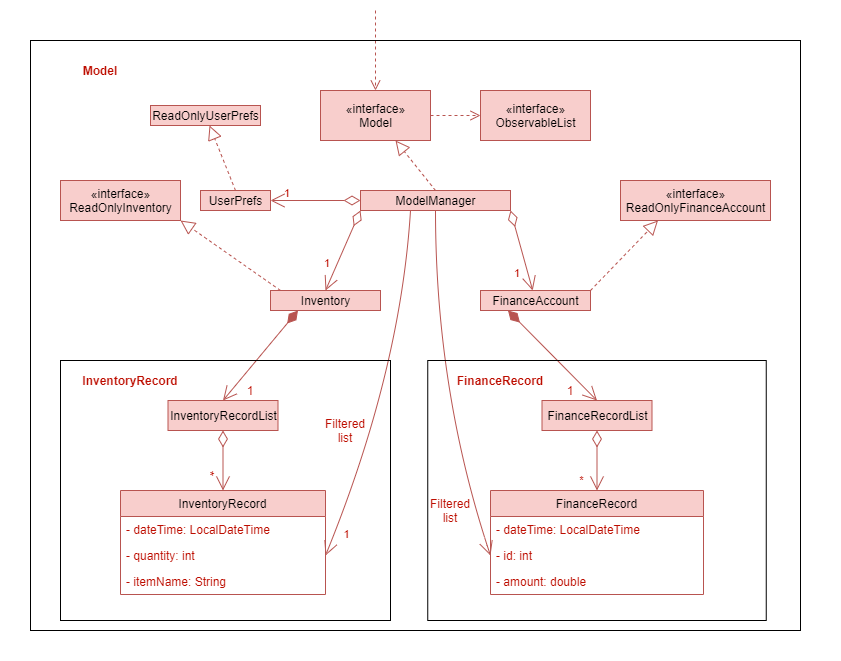
nus-cs2103-AY2021S1/tp keeps this draw.io diagram as docs/images/ModelClassDiagram.png. Above is the earlier version. Source tidied: cells renumbered, new cells last; positions are measured from the earlier drawing's top-left corner, leaving out a move shared by most shapes.
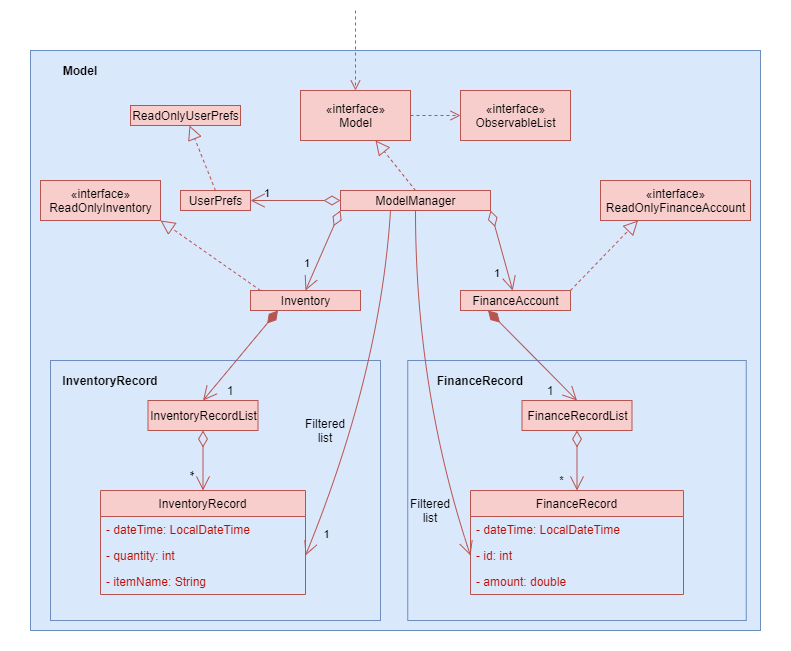
After the commit.

Change to the diagram source:
```diff
@@ -2,6 +2,18 @@
   <root>
     <mxCell id="0" />
     <mxCell id="1" parent="0" />
+    <mxCell id="53" style="rounded=0;whiteSpace=wrap;html=1;labelBackgroundColor=none;strokeWidth=1;fillColor=#dae8fc;strokeColor=#6c8ebf;" parent="1" vertex="1">
+      <mxGeometry x="50" y="50" width="730" height="580" as="geometry" />
+    </mxCell>
+    <mxCell id="54" style="rounded=0;whiteSpace=wrap;html=1;labelBackgroundColor=none;strokeWidth=1;fillColor=none;fontColor=#000000;strokeColor=none;" parent="1" vertex="1">
+      <mxGeometry x="20" width="790" height="650" as="geometry" />
+    </mxCell>
+    <mxCell id="43" style="rounded=0;whiteSpace=wrap;html=1;strokeWidth=1;fillColor=#dae8fc;labelBackgroundColor=none;labelBorderColor=none;strokeColor=#6c8ebf;" parent="1" vertex="1">
+      <mxGeometry x="427.2" y="360" width="338.5" height="260" as="geometry" />
+    </mxCell>
+    <mxCell id="48" style="rounded=0;whiteSpace=wrap;html=1;strokeWidth=1;fillColor=#dae8fc;labelBackgroundColor=none;labelBorderColor=none;strokeColor=#6c8ebf;" parent="1" vertex="1">
+      <mxGeometry x="70" y="360" width="330" height="260" as="geometry" />
+    </mxCell>
     <mxCell id="2" style="html=1;verticalAlign=bottom;endArrow=open;dashed=1;endSize=8;entryX=0.5;entryY=0;entryDx=0;entryDy=0;fontColor=#8F0A00;labelBackgroundColor=none;labelBorderColor=none;fillColor=#f8cecc;strokeColor=#b85450;" parent="1" edge="1" target="3">
       <mxGeometry relative="1" as="geometry">
         <mxPoint x="375" y="10" as="sourcePoint" />
@@ -16,7 +28,7 @@
     <mxCell id="5" style="html=1;verticalAlign=bottom;endArrow=open;dashed=1;endSize=8;exitX=1;exitY=0.5;exitDx=0;exitDy=0;entryX=0;entryY=0.5;entryDx=0;entryDy=0;fontColor=#BD0D00;labelBackgroundColor=none;labelBorderColor=none;fillColor=#f8cecc;strokeColor=#b85450;" parent="1" edge="1" source="3" target="4">
       <mxGeometry x="0.2" y="15" relative="1" as="geometry" />
     </mxCell>
-    <mxCell id="6" value="&lt;b&gt;Model&lt;/b&gt;" style="text;html=1;strokeColor=none;align=center;verticalAlign=middle;whiteSpace=wrap;rounded=0;strokeWidth=1;fontColor=#BD0D00;labelBackgroundColor=none;labelBorderColor=none;" parent="1" vertex="1">
+    <mxCell id="6" value="&lt;b&gt;Model&lt;/b&gt;" style="text;html=1;strokeColor=none;align=center;verticalAlign=middle;whiteSpace=wrap;rounded=0;strokeWidth=1;labelBackgroundColor=none;labelBorderColor=none;" parent="1" vertex="1">
       <mxGeometry x="70" y="60" width="60" height="20" as="geometry" />
     </mxCell>
     <mxCell id="7" style="edgeStyle=none;jettySize=auto;html=1;entryX=1;entryY=0.5;entryDx=0;entryDy=0;startArrow=none;startFill=0;sourcePerimeterSpacing=0;endArrow=open;endFill=0;endSize=12;targetPerimeterSpacing=0;curved=1;fontColor=#BD0D00;labelBackgroundColor=none;labelBorderColor=none;fillColor=#f8cecc;strokeColor=#b85450;" parent="1" edge="1" target="46">
@@ -27,7 +39,7 @@
         </Array>
       </mxGeometry>
     </mxCell>
-    <mxCell id="8" value="1" style="edgeLabel;html=1;align=center;verticalAlign=middle;fontColor=#BD0D00;labelBackgroundColor=none;labelBorderColor=none;" parent="7" vertex="1">
+    <mxCell id="8" value="&lt;font color=&quot;#000000&quot;&gt;1&lt;/font&gt;" style="edgeLabel;html=1;align=center;verticalAlign=middle;fontColor=#BD0D00;labelBackgroundColor=none;labelBorderColor=none;" parent="7" vertex="1">
       <mxGeometry x="0.69" relative="1" as="geometry">
         <mxPoint y="29.3" as="offset" />
       </mxGeometry>
@@ -49,7 +61,7 @@
     <mxCell id="12" style="endArrow=open;html=1;endSize=12;startArrow=diamondThin;startSize=14;startFill=0;edgeStyle=orthogonalEdgeStyle;exitX=0;exitY=0.5;exitDx=0;exitDy=0;fontColor=#BD0D00;labelBackgroundColor=none;labelBorderColor=none;fillColor=#f8cecc;strokeColor=#b85450;" parent="1" edge="1" source="10" target="14">
       <mxGeometry relative="1" as="geometry" />
     </mxCell>
-    <mxCell id="13" value="1" style="edgeLabel;html=1;align=right;verticalAlign=top;fontColor=#BD0D00;labelBackgroundColor=none;labelBorderColor=none;" parent="12" vertex="1">
+    <mxCell id="13" value="1" style="edgeLabel;html=1;align=right;verticalAlign=top;labelBackgroundColor=none;labelBorderColor=none;" parent="12" vertex="1">
       <mxGeometry x="1" relative="1" as="geometry">
         <mxPoint x="20" y="-20" as="offset" />
       </mxGeometry>
@@ -71,7 +83,7 @@
         <mxPoint x="325" y="290" as="targetPoint" />
       </mxGeometry>
     </mxCell>
-    <mxCell id="19" value="1" style="edgeLabel;html=1;align=right;verticalAlign=top;fontColor=#BD0D00;labelBackgroundColor=none;labelBorderColor=none;" parent="18" vertex="1">
+    <mxCell id="19" value="1" style="edgeLabel;html=1;align=right;verticalAlign=top;labelBackgroundColor=none;labelBorderColor=none;" parent="18" vertex="1">
       <mxGeometry x="1" relative="1" as="geometry">
         <mxPoint x="4.9" y="-39.6" as="offset" />
       </mxGeometry>
@@ -90,19 +102,19 @@
     <mxCell id="23" value="InventoryRecordList" style="html=1;strokeWidth=1;fillColor=#f8cecc;labelBackgroundColor=none;labelBorderColor=none;strokeColor=#b85450;" parent="1" vertex="1">
       <mxGeometry x="167.5" y="400" width="110" height="30" as="geometry" />
     </mxCell>
-    <mxCell id="24" value="1" style="text;html=1;strokeColor=none;fillColor=none;align=center;verticalAlign=middle;whiteSpace=wrap;rounded=0;fontColor=#BD0D00;labelBackgroundColor=none;labelBorderColor=none;" parent="1" vertex="1">
+    <mxCell id="24" value="&lt;font color=&quot;#000000&quot;&gt;1&lt;/font&gt;" style="text;html=1;strokeColor=none;fillColor=none;align=center;verticalAlign=middle;whiteSpace=wrap;rounded=0;fontColor=#BD0D00;labelBackgroundColor=none;labelBorderColor=none;" parent="1" vertex="1">
       <mxGeometry x="230" y="380" width="40" height="20" as="geometry" />
     </mxCell>
     <mxCell id="25" style="endArrow=open;html=1;endSize=12;startArrow=diamondThin;startSize=14;startFill=0;exitX=0.5;exitY=1;exitDx=0;exitDy=0;entryX=0.5;entryY=0;entryDx=0;entryDy=0;fontColor=#BD0D00;labelBackgroundColor=none;labelBorderColor=none;fillColor=#f8cecc;strokeColor=#b85450;" parent="1" edge="1" source="23" target="44">
       <mxGeometry x="0.07" y="-3" relative="1" as="geometry" />
     </mxCell>
-    <mxCell id="26" value="*" style="text;html=1;strokeColor=none;fillColor=none;align=center;verticalAlign=middle;whiteSpace=wrap;rounded=0;rotation=90;fontColor=#BD0D00;labelBackgroundColor=none;labelBorderColor=none;" parent="1" vertex="1">
+    <mxCell id="26" value="&lt;font color=&quot;#000000&quot;&gt;*&lt;/font&gt;" style="text;html=1;strokeColor=none;fillColor=none;align=center;verticalAlign=middle;whiteSpace=wrap;rounded=0;rotation=90;fontColor=#BD0D00;labelBackgroundColor=none;labelBorderColor=none;" parent="1" vertex="1">
       <mxGeometry x="190" y="463" width="40" height="20" as="geometry" />
     </mxCell>
     <mxCell id="27" style="endArrow=open;html=1;endSize=12;startArrow=diamondThin;startSize=14;startFill=0;exitX=1;exitY=1;exitDx=0;exitDy=0;endFill=0;fontColor=#BD0D00;labelBackgroundColor=none;labelBorderColor=none;fillColor=#f8cecc;strokeColor=#b85450;" parent="1" edge="1" source="10" target="29">
       <mxGeometry relative="1" as="geometry" />
     </mxCell>
-    <mxCell id="28" value="1" style="edgeLabel;html=1;align=right;verticalAlign=top;fontColor=#BD0D00;labelBackgroundColor=none;labelBorderColor=none;" parent="27" vertex="1">
+    <mxCell id="28" value="1" style="edgeLabel;html=1;align=right;verticalAlign=top;labelBackgroundColor=none;labelBorderColor=none;" parent="27" vertex="1">
       <mxGeometry x="1" relative="1" as="geometry">
         <mxPoint x="-12.2" y="-30" as="offset" />
       </mxGeometry>
@@ -110,7 +122,7 @@
     <mxCell id="29" value="FinanceAccount" style="html=1;labelBackgroundColor=none;labelBorderColor=none;fillColor=#f8cecc;strokeColor=#b85450;" parent="1" vertex="1">
       <mxGeometry x="480" y="290" width="110" height="20" as="geometry" />
     </mxCell>
-    <mxCell id="30" value="Filtered list" style="text;html=1;strokeColor=none;fillColor=none;align=center;verticalAlign=middle;whiteSpace=wrap;rounded=0;fontColor=#BD0D00;labelBackgroundColor=none;labelBorderColor=none;" parent="1" vertex="1">
+    <mxCell id="30" value="&lt;font color=&quot;#000000&quot;&gt;Filtered list&lt;/font&gt;" style="text;html=1;strokeColor=none;fillColor=none;align=center;verticalAlign=middle;whiteSpace=wrap;rounded=0;fontColor=#BD0D00;labelBackgroundColor=none;labelBorderColor=none;" parent="1" vertex="1">
       <mxGeometry x="325" y="420" width="40" height="20" as="geometry" />
     </mxCell>
     <mxCell id="31" style="endArrow=block;dashed=1;endFill=0;endSize=12;html=1;entryX=0.25;entryY=1;entryDx=0;entryDy=0;exitX=1;exitY=0;exitDx=0;exitDy=0;fontColor=#BD0D00;labelBackgroundColor=none;labelBorderColor=none;fillColor=#f8cecc;strokeColor=#b85450;" parent="1" edge="1" source="29" target="32">
@@ -128,7 +140,7 @@
     <mxCell id="35" style="endArrow=open;html=1;endSize=12;startArrow=diamondThin;startSize=14;startFill=1;align=left;verticalAlign=bottom;rounded=0;entryX=0.5;entryY=0;entryDx=0;entryDy=0;exitX=0.25;exitY=1;exitDx=0;exitDy=0;fontColor=#BD0D00;labelBackgroundColor=none;labelBorderColor=none;fillColor=#f8cecc;strokeColor=#b85450;" parent="1" edge="1" source="29" target="34">
       <mxGeometry x="-0.04" y="77" relative="1" as="geometry" />
     </mxCell>
-    <mxCell id="36" value="1" style="text;html=1;strokeColor=none;fillColor=none;align=center;verticalAlign=middle;whiteSpace=wrap;rounded=0;fontColor=#BD0D00;labelBackgroundColor=none;labelBorderColor=none;" parent="1" vertex="1">
+    <mxCell id="36" value="&lt;font color=&quot;#000000&quot;&gt;1&lt;/font&gt;" style="text;html=1;strokeColor=none;fillColor=none;align=center;verticalAlign=middle;whiteSpace=wrap;rounded=0;fontColor=#BD0D00;labelBackgroundColor=none;labelBorderColor=none;" parent="1" vertex="1">
       <mxGeometry x="550" y="380" width="40" height="20" as="geometry" />
     </mxCell>
     <mxCell id="37" value="FinanceRecord" style="swimlane;fontStyle=0;horizontal=1;startSize=26;fillColor=#f8cecc;strokeWidth=1;labelBackgroundColor=none;labelBorderColor=none;strokeColor=#b85450;" parent="1" vertex="1">
@@ -143,15 +155,12 @@
     <mxCell id="40" value="- amount: double" style="text;strokeColor=none;fillColor=none;align=left;verticalAlign=top;spacingLeft=4;spacingRight=4;overflow=hidden;fontColor=#BD0D00;labelBackgroundColor=none;labelBorderColor=none;" parent="37" vertex="1">
       <mxGeometry y="78" width="213" height="26" as="geometry" />
     </mxCell>
-    <mxCell id="41" value="*" style="endArrow=open;html=1;endSize=12;startArrow=diamondThin;startSize=14;startFill=0;entryX=0.5;entryY=0;entryDx=0;entryDy=0;exitX=0.5;exitY=1;exitDx=0;exitDy=0;fontColor=#BD0D00;labelBackgroundColor=none;labelBorderColor=none;fillColor=#f8cecc;strokeColor=#b85450;" parent="1" edge="1" source="34" target="37">
+    <mxCell id="41" value="&lt;font color=&quot;#000000&quot;&gt;*&lt;/font&gt;" style="endArrow=open;html=1;endSize=12;startArrow=diamondThin;startSize=14;startFill=0;entryX=0.5;entryY=0;entryDx=0;entryDy=0;exitX=0.5;exitY=1;exitDx=0;exitDy=0;fontColor=#BD0D00;labelBackgroundColor=none;labelBorderColor=none;fillColor=#f8cecc;strokeColor=#b85450;" parent="1" edge="1" source="34" target="37">
       <mxGeometry x="0.67" y="-16" relative="1" as="geometry" />
     </mxCell>
-    <mxCell id="42" value="Filtered list" style="text;html=1;strokeColor=none;fillColor=none;align=center;verticalAlign=middle;whiteSpace=wrap;rounded=0;fontColor=#BD0D00;labelBackgroundColor=none;labelBorderColor=none;" parent="1" vertex="1">
+    <mxCell id="42" value="&lt;font color=&quot;#000000&quot;&gt;Filtered list&lt;/font&gt;" style="text;html=1;strokeColor=none;fillColor=none;align=center;verticalAlign=middle;whiteSpace=wrap;rounded=0;fontColor=#BD0D00;labelBackgroundColor=none;labelBorderColor=none;" parent="1" vertex="1">
       <mxGeometry x="430" y="500" width="40" height="20" as="geometry" />
     </mxCell>
-    <mxCell id="43" style="rounded=0;whiteSpace=wrap;html=1;strokeWidth=1;fillColor=none;fontColor=#BD0D00;labelBackgroundColor=none;labelBorderColor=none;" parent="1" vertex="1">
-      <mxGeometry x="427.2" y="360" width="338.5" height="260" as="geometry" />
-    </mxCell>
     <mxCell id="44" value="InventoryRecord" style="swimlane;fontStyle=0;horizontal=1;startSize=26;fillColor=#f8cecc;strokeWidth=1;labelBackgroundColor=none;labelBorderColor=none;strokeColor=#b85450;" parent="1" vertex="1">
       <mxGeometry x="120" y="490" width="205" height="104" as="geometry" />
     </mxCell>
@@ -164,20 +173,11 @@
     <mxCell id="47" value="- itemName: String" style="text;strokeColor=none;fillColor=none;align=left;verticalAlign=top;spacingLeft=4;spacingRight=4;overflow=hidden;fontColor=#BD0D00;labelBackgroundColor=none;labelBorderColor=none;" parent="44" vertex="1">
       <mxGeometry y="78" width="205" height="26" as="geometry" />
     </mxCell>
-    <mxCell id="48" style="rounded=0;whiteSpace=wrap;html=1;strokeWidth=1;fillColor=none;fontColor=#BD0D00;labelBackgroundColor=none;labelBorderColor=none;" parent="1" vertex="1">
-      <mxGeometry x="60" y="360" width="330" height="260" as="geometry" />
-    </mxCell>
-    <mxCell id="49" style="rounded=0;whiteSpace=wrap;html=1;labelBackgroundColor=none;strokeWidth=1;fillColor=none;fontColor=#BD0D00;" parent="1" vertex="1">
-      <mxGeometry x="30" y="40" width="770" height="590" as="geometry" />
-    </mxCell>
-    <mxCell id="50" value="&lt;b&gt;FinanceRecord&lt;/b&gt;" style="text;html=1;strokeColor=none;fillColor=none;align=center;verticalAlign=middle;whiteSpace=wrap;rounded=0;labelBackgroundColor=none;fontColor=#BD0D00;" parent="1" vertex="1">
+    <mxCell id="50" value="&lt;b&gt;&lt;font color=&quot;#000000&quot;&gt;FinanceRecord&lt;/font&gt;&lt;/b&gt;" style="text;html=1;strokeColor=none;fillColor=none;align=center;verticalAlign=middle;whiteSpace=wrap;rounded=0;labelBackgroundColor=none;fontColor=#BD0D00;" parent="1" vertex="1">
       <mxGeometry x="420" y="370" width="160" height="20" as="geometry" />
     </mxCell>
-    <mxCell id="51" value="&lt;b&gt;InventoryRecord&lt;/b&gt;" style="text;html=1;strokeColor=none;fillColor=none;align=center;verticalAlign=middle;whiteSpace=wrap;rounded=0;labelBackgroundColor=none;fontColor=#BD0D00;" parent="1" vertex="1">
+    <mxCell id="51" value="&lt;b&gt;&lt;font color=&quot;#000000&quot;&gt;InventoryRecord&lt;/font&gt;&lt;/b&gt;" style="text;html=1;strokeColor=none;fillColor=none;align=center;verticalAlign=middle;whiteSpace=wrap;rounded=0;labelBackgroundColor=none;fontColor=#BD0D00;" parent="1" vertex="1">
       <mxGeometry x="110" y="370" width="40" height="20" as="geometry" />
     </mxCell>
-    <mxCell id="52" style="rounded=0;whiteSpace=wrap;html=1;labelBackgroundColor=none;strokeWidth=1;fillColor=none;fontColor=#BD0D00;strokeColor=none;" parent="1" vertex="1">
-      <mxGeometry width="840" height="660" as="geometry" />
-    </mxCell>
   </root>
 </mxGraphModel>
```
